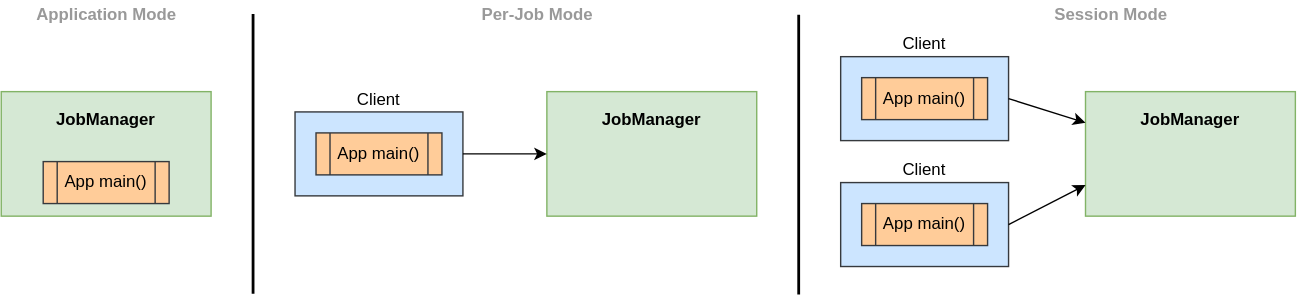
Earlier version of the draw.io export images/flink/deployment_modes.svg (jtLiBrain/jtLiBrain.github.io). Source tidied: cells renumbered, new cells last; positions are measured from the earlier drawing's top-left corner, leaving out a move shared by most shapes. Source of this version:
```xml
<mxGraphModel>
  <root>
    <mxCell id="0" />
    <mxCell id="1" parent="0" />
    <mxCell id="2" value="Client" style="rounded=0;whiteSpace=wrap;html=1;fillColor=#cce5ff;strokeColor=#36393d;labelPosition=center;verticalLabelPosition=top;align=center;verticalAlign=bottom;" parent="1" vertex="1">
      <mxGeometry x="210" y="79.5" width="120" height="60" as="geometry" />
    </mxCell>
    <mxCell id="3" style="rounded=0;whiteSpace=wrap;html=1;labelPosition=center;verticalLabelPosition=middle;align=center;verticalAlign=middle;fillColor=#d5e8d4;strokeColor=#82b366;" parent="1" vertex="1">
      <mxGeometry y="65" width="150" height="89" as="geometry" />
    </mxCell>
    <mxCell id="4" value="&lt;b&gt;JobManager&lt;/b&gt;" style="text;html=1;strokeColor=none;fillColor=none;align=center;verticalAlign=middle;whiteSpace=wrap;rounded=0;" parent="1" vertex="1">
      <mxGeometry x="35" y="75" width="80" height="20" as="geometry" />
    </mxCell>
    <mxCell id="5" value="&lt;span&gt;App main()&lt;/span&gt;" style="shape=process;whiteSpace=wrap;html=1;backgroundOutline=1;fillColor=#ffcc99;strokeColor=#36393d;size=0.1111111111111111;" parent="1" vertex="1">
      <mxGeometry x="30" y="115" width="90" height="30" as="geometry" />
    </mxCell>
    <mxCell id="6" style="rounded=0;whiteSpace=wrap;html=1;labelPosition=center;verticalLabelPosition=middle;align=center;verticalAlign=middle;fillColor=#d5e8d4;strokeColor=#82b366;" parent="1" vertex="1">
      <mxGeometry x="390" y="65" width="150" height="89" as="geometry" />
    </mxCell>
    <mxCell id="7" value="&lt;b&gt;JobManager&lt;/b&gt;" style="text;html=1;strokeColor=none;fillColor=none;align=center;verticalAlign=middle;whiteSpace=wrap;rounded=0;" parent="1" vertex="1">
      <mxGeometry x="425" y="75" width="80" height="20" as="geometry" />
    </mxCell>
    <mxCell id="8" value="&lt;span&gt;App main()&lt;/span&gt;" style="shape=process;whiteSpace=wrap;html=1;backgroundOutline=1;fillColor=#ffcc99;strokeColor=#36393d;size=0.1111111111111111;" parent="1" vertex="1">
      <mxGeometry x="225" y="94.5" width="90" height="30" as="geometry" />
    </mxCell>
    <mxCell id="9" style="endArrow=classic;html=1;entryX=0;entryY=0.5;entryDx=0;entryDy=0;exitX=1;exitY=0.5;exitDx=0;exitDy=0;" parent="1" edge="1" source="2" target="6">
      <mxGeometry relative="1" as="geometry" />
    </mxCell>
    <mxCell id="10" value="Client" style="rounded=0;whiteSpace=wrap;html=1;fillColor=#cce5ff;strokeColor=#36393d;labelPosition=center;verticalLabelPosition=top;align=center;verticalAlign=bottom;" parent="1" vertex="1">
      <mxGeometry x="600" y="40" width="120" height="60" as="geometry" />
    </mxCell>
    <mxCell id="11" style="rounded=0;whiteSpace=wrap;html=1;labelPosition=center;verticalLabelPosition=middle;align=center;verticalAlign=middle;fillColor=#d5e8d4;strokeColor=#82b366;" parent="1" vertex="1">
      <mxGeometry x="775" y="65" width="150" height="89" as="geometry" />
    </mxCell>
    <mxCell id="12" value="&lt;b&gt;JobManager&lt;/b&gt;" style="text;html=1;strokeColor=none;fillColor=none;align=center;verticalAlign=middle;whiteSpace=wrap;rounded=0;" parent="1" vertex="1">
      <mxGeometry x="810" y="75" width="80" height="20" as="geometry" />
    </mxCell>
    <mxCell id="13" value="&lt;span&gt;App main()&lt;/span&gt;" style="shape=process;whiteSpace=wrap;html=1;backgroundOutline=1;fillColor=#ffcc99;strokeColor=#36393d;size=0.1111111111111111;" parent="1" vertex="1">
      <mxGeometry x="615" y="55" width="90" height="30" as="geometry" />
    </mxCell>
    <mxCell id="14" style="endArrow=classic;html=1;entryX=0;entryY=0.25;entryDx=0;entryDy=0;exitX=1;exitY=0.5;exitDx=0;exitDy=0;" parent="1" edge="1" source="10" target="11">
      <mxGeometry relative="1" as="geometry" />
    </mxCell>
    <mxCell id="15" value="Client" style="rounded=0;whiteSpace=wrap;html=1;fillColor=#cce5ff;strokeColor=#36393d;labelPosition=center;verticalLabelPosition=top;align=center;verticalAlign=bottom;" parent="1" vertex="1">
      <mxGeometry x="600" y="130" width="120" height="60" as="geometry" />
    </mxCell>
    <mxCell id="16" value="&lt;span&gt;App main()&lt;/span&gt;" style="shape=process;whiteSpace=wrap;html=1;backgroundOutline=1;fillColor=#ffcc99;strokeColor=#36393d;size=0.1111111111111111;" parent="1" vertex="1">
      <mxGeometry x="615" y="145" width="90" height="30" as="geometry" />
    </mxCell>
    <mxCell id="17" style="endArrow=classic;html=1;entryX=0;entryY=0.75;entryDx=0;entryDy=0;exitX=1;exitY=0.5;exitDx=0;exitDy=0;" parent="1" edge="1" source="15" target="11">
      <mxGeometry relative="1" as="geometry" />
    </mxCell>
    <mxCell id="18" style="endArrow=none;html=1;strokeWidth=2;verticalAlign=bottom;" parent="1" edge="1">
      <mxGeometry relative="1" as="geometry">
        <mxPoint x="570" y="210" as="sourcePoint" />
        <mxPoint x="570" y="10" as="targetPoint" />
      </mxGeometry>
    </mxCell>
    <mxCell id="19" style="endArrow=none;html=1;strokeWidth=2;verticalAlign=bottom;" parent="1" edge="1">
      <mxGeometry relative="1" as="geometry">
        <mxPoint x="180" y="209.5" as="sourcePoint" />
        <mxPoint x="180" y="9.5" as="targetPoint" />
      </mxGeometry>
    </mxCell>
    <mxCell id="20" value="Application Mode" style="text;html=1;strokeColor=none;fillColor=none;align=center;verticalAlign=middle;whiteSpace=wrap;rounded=0;fontStyle=1;fontColor=#999999;" parent="1" vertex="1">
      <mxGeometry x="23" width="105" height="20" as="geometry" />
    </mxCell>
    <mxCell id="21" value="Per-Job Mode" style="text;html=1;strokeColor=none;fillColor=none;align=center;verticalAlign=middle;whiteSpace=wrap;rounded=0;fontStyle=1;fontColor=#999999;" parent="1" vertex="1">
      <mxGeometry x="330.5" width="105" height="20" as="geometry" />
    </mxCell>
    <mxCell id="22" value="Session Mode" style="text;html=1;strokeColor=none;fillColor=none;align=center;verticalAlign=middle;whiteSpace=wrap;rounded=0;fontStyle=1;fontColor=#999999;" parent="1" vertex="1">
      <mxGeometry x="740.5" width="105" height="20" as="geometry" />
    </mxCell>
  </root>
</mxGraphModel>
```
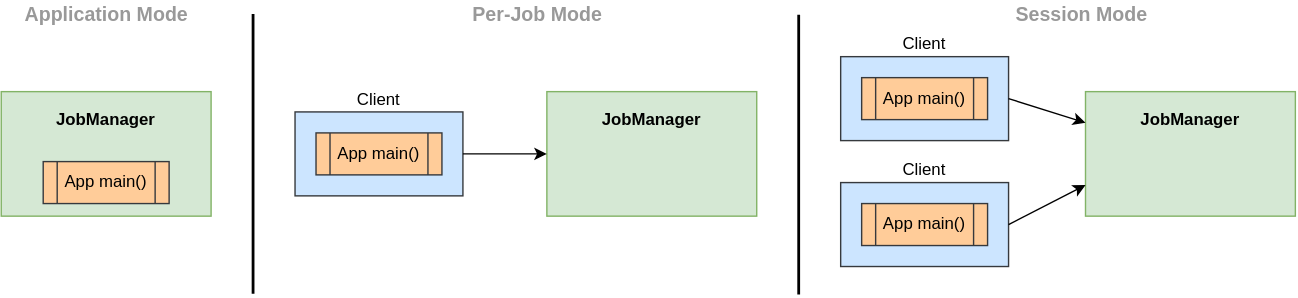
After the commit.

What changed in the source:
```diff
@@ -62,14 +62,14 @@
         <mxPoint x="180" y="9.5" as="targetPoint" />
       </mxGeometry>
     </mxCell>
-    <mxCell id="20" value="Application Mode" style="text;html=1;strokeColor=none;fillColor=none;align=center;verticalAlign=middle;whiteSpace=wrap;rounded=0;fontStyle=1;fontColor=#999999;" parent="1" vertex="1">
-      <mxGeometry x="23" width="105" height="20" as="geometry" />
+    <mxCell id="20" value="Application Mode" style="text;html=1;strokeColor=none;fillColor=none;align=center;verticalAlign=middle;whiteSpace=wrap;rounded=0;fontStyle=1;fontColor=#999999;fontSize=14;" parent="1" vertex="1">
+      <mxGeometry x="11.5" width="127" height="20" as="geometry" />
     </mxCell>
-    <mxCell id="21" value="Per-Job Mode" style="text;html=1;strokeColor=none;fillColor=none;align=center;verticalAlign=middle;whiteSpace=wrap;rounded=0;fontStyle=1;fontColor=#999999;" parent="1" vertex="1">
+    <mxCell id="21" value="Per-Job Mode" style="text;html=1;strokeColor=none;fillColor=none;align=center;verticalAlign=middle;whiteSpace=wrap;rounded=0;fontStyle=1;fontColor=#999999;fontSize=14;" parent="1" vertex="1">
       <mxGeometry x="330.5" width="105" height="20" as="geometry" />
     </mxCell>
-    <mxCell id="22" value="Session Mode" style="text;html=1;strokeColor=none;fillColor=none;align=center;verticalAlign=middle;whiteSpace=wrap;rounded=0;fontStyle=1;fontColor=#999999;" parent="1" vertex="1">
-      <mxGeometry x="740.5" width="105" height="20" as="geometry" />
+    <mxCell id="22" value="Session Mode" style="text;html=1;strokeColor=none;fillColor=none;align=center;verticalAlign=middle;whiteSpace=wrap;rounded=0;fontStyle=1;fontColor=#999999;fontSize=14;" parent="1" vertex="1">
+      <mxGeometry x="720" width="105" height="20" as="geometry" />
     </mxCell>
   </root>
 </mxGraphModel>
```
